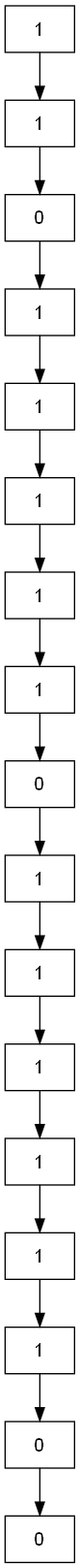
The Graphviz diagram img/listaBinaria.png in miguel-tubac/IPC2_Proyecto1_202101927, before a commit. Its source is kept beside it as img/listaBinaria.gv. Source of this version:
```dot
digraph structs {
	node [fontname=Helvetica shape=record]
	0 [label=1]
	1 [label=1]
	0 -> 1
	1 [label=1]
	2 [label=0]
	1 -> 2
	2 [label=0]
	3 [label=1]
	2 -> 3
	3 [label=1]
	4 [label=1]
	3 -> 4
	4 [label=1]
	5 [label=1]
	4 -> 5
	5 [label=1]
	6 [label=1]
	5 -> 6
	6 [label=1]
	7 [label=1]
	6 -> 7
	7 [label=1]
	8 [label=0]
	7 -> 8
	8 [label=0]
	9 [label=1]
	8 -> 9
	9 [label=1]
	10 [label=1]
	9 -> 10
	10 [label=1]
	11 [label=1]
	10 -> 11
	11 [label=1]
	12 [label=1]
	11 -> 12
	12 [label=1]
	13 [label=1]
	12 -> 13
	13 [label=1]
	14 [label=1]
	13 -> 14
	14 [label=1]
	15 [label=0]
	14 -> 15
	15 [label=0]
	16 [label=0]
	15 -> 16
}
```
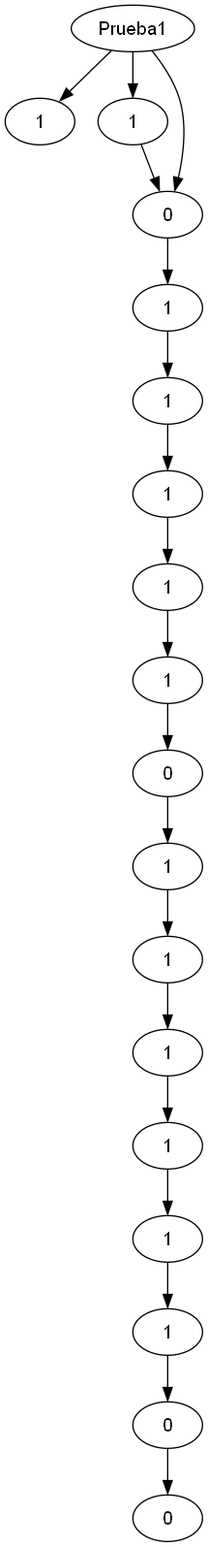
Above is the later version.

Change to the diagram source:
```diff
@@ -1,8 +1,12 @@
 digraph structs {
-	node [fontname=Helvetica shape=record]
+	node [fontname=Helvetica shape=ellipse]
+	a [label=Prueba1]
 	0 [label=1]
+	a -> 0
 	1 [label=1]
-	0 -> 1
+	a -> 1
+	1 [label=1]
+	a -> 2
 	1 [label=1]
 	2 [label=0]
 	1 -> 2
```
